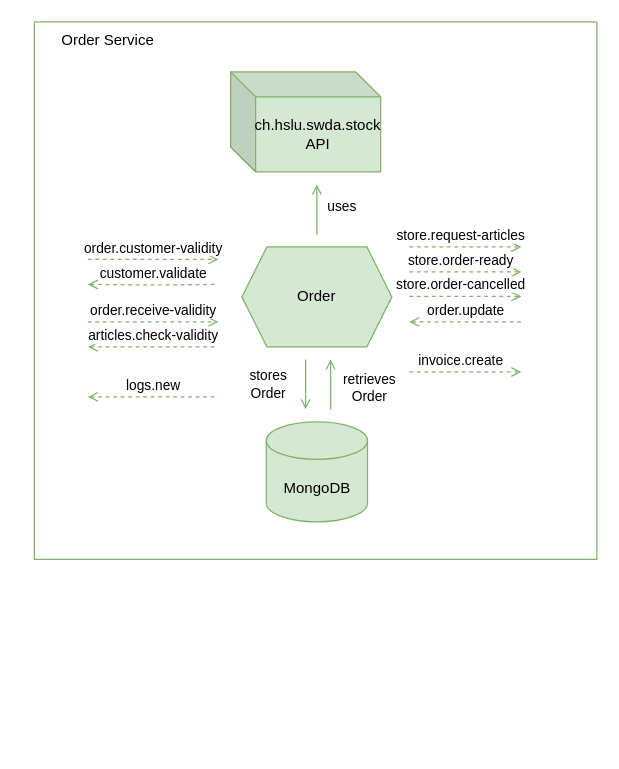
Above: documentation/src/diagrams/C4/Layer2/OrderService.drawio in joel-muller/hslu-swda (draw.io), before the change. Source tidied: cells renumbered, new cells numbered last; positions are measured from the earlier drawing's top-left corner, leaving out a move shared by most shapes. Both pictures are drawn from the tidied source at 125%, with x=0, y=0 at pixel (34, 21).
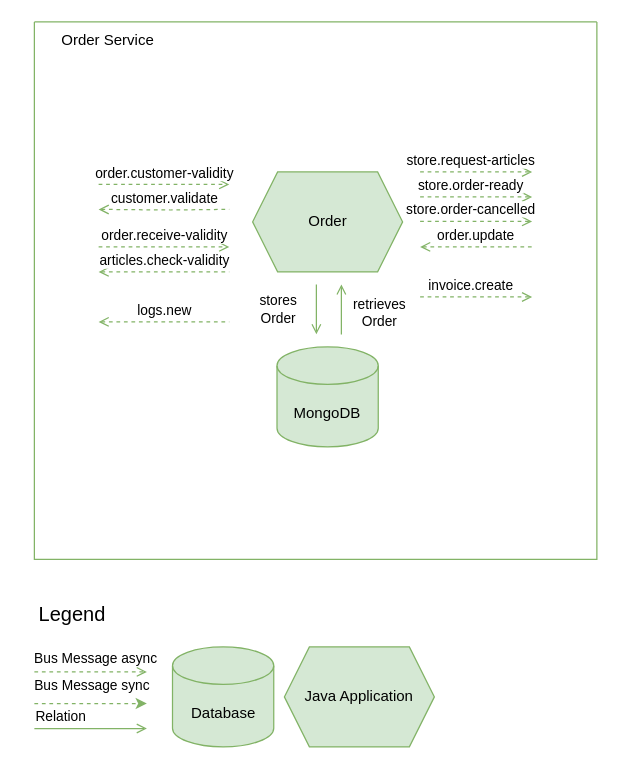
After the change.

Commit message (it also covers changes not shown here):
Add missing legend to the microserivces

Unchanged cells that the change refers to:
```xml
<mxCell id="2" style="swimlane;startSize=0;fillColor=#d5e8d4;strokeColor=#82b366;" parent="1" vertex="1">
  <mxGeometry width="450" height="430" as="geometry" />
</mxCell>
```

The edit, as a diff of the source:
```diff
@@
     <mxCell id="3" value="Order" style="shape=hexagon;perimeter=hexagonPerimeter2;whiteSpace=wrap;html=1;fixedSize=1;fillColor=#d5e8d4;strokeColor=#82b366;" parent="2" vertex="1">
-      <mxGeometry x="166" y="180" width="120" height="80" as="geometry" />
+      <mxGeometry x="174.6" y="120" width="120" height="80" as="geometry" />
     </mxCell>
     <mxCell id="4" style="rounded=0;orthogonalLoop=1;jettySize=auto;html=1;dashed=1;endArrow=open;endFill=0;fillColor=#d5e8d4;strokeColor=#82b366;entryX=0;entryY=0.5;entryDx=0;entryDy=0;" parent="2" edge="1">
       <mxGeometry relative="1" as="geometry">
-        <mxPoint x="42.8" y="190" as="sourcePoint" />
-        <mxPoint x="147.2" y="190" as="targetPoint" />
+        <mxPoint x="51.4" y="130" as="sourcePoint" />
+        <mxPoint x="155.9" y="130" as="targetPoint" />
       </mxGeometry>
     </mxCell>
@@
     <mxCell id="6" style="rounded=0;orthogonalLoop=1;jettySize=auto;html=1;dashed=1;endArrow=open;endFill=0;fillColor=#d5e8d4;strokeColor=#82b366;exitX=1;exitY=0.25;exitDx=0;exitDy=0;" parent="2" edge="1">
       <mxGeometry relative="1" as="geometry">
-        <mxPoint x="300" y="180" as="sourcePoint" />
-        <mxPoint x="389.6" y="180.1" as="targetPoint" />
+        <mxPoint x="308.6" y="120" as="sourcePoint" />
+        <mxPoint x="398.2" y="120.1" as="targetPoint" />
       </mxGeometry>
     </mxCell>
@@
     <mxCell id="8" value="MongoDB" style="shape=cylinder3;whiteSpace=wrap;html=1;boundedLbl=1;backgroundOutline=1;size=15;fillColor=#d5e8d4;strokeColor=#82b366;" parent="2" vertex="1">
-      <mxGeometry x="185.5" y="320" width="81" height="80" as="geometry" />
+      <mxGeometry x="194.1" y="260" width="81" height="80" as="geometry" />
     </mxCell>
     <mxCell id="9" style="endArrow=open;html=1;rounded=0;fillColor=#d5e8d4;strokeColor=#82b366;startArrow=none;startFill=0;endFill=0;" parent="2" edge="1">
       <mxGeometry relative="1" as="geometry">
-        <mxPoint x="217" y="270" as="sourcePoint" />
-        <mxPoint x="217" y="310" as="targetPoint" />
+        <mxPoint x="225.6" y="210" as="sourcePoint" />
+        <mxPoint x="225.6" y="250" as="targetPoint" />
       </mxGeometry>
     </mxCell>
@@
     <mxCell id="11" style="endArrow=none;html=1;rounded=0;fillColor=#d5e8d4;strokeColor=#82b366;startArrow=open;startFill=0;endFill=0;" parent="2" edge="1">
       <mxGeometry relative="1" as="geometry">
-        <mxPoint x="237" y="270" as="sourcePoint" />
-        <mxPoint x="237" y="310" as="targetPoint" />
+        <mxPoint x="245.6" y="210" as="sourcePoint" />
+        <mxPoint x="245.6" y="250" as="targetPoint" />
       </mxGeometry>
     </mxCell>
@@
-    <mxCell id="13" value="ch.hslu.swda.stock API" style="shape=cube;whiteSpace=wrap;html=1;boundedLbl=1;backgroundOutline=1;darkOpacity=0.05;darkOpacity2=0.1;fillColor=#d5e8d4;strokeColor=#82b366;" parent="2" vertex="1">
-      <mxGeometry x="157" y="40" width="120" height="80" as="geometry" />
-    </mxCell>
-    <mxCell id="14" style="endArrow=open;html=1;rounded=0;fillColor=#d5e8d4;strokeColor=#82b366;endFill=0;" parent="2" edge="1">
-      <mxGeometry relative="1" as="geometry">
-        <mxPoint x="226" y="170" as="sourcePoint" />
-        <mxPoint x="226" y="130" as="targetPoint" />
-      </mxGeometry>
-    </mxCell>
-    <mxCell id="15" value="uses" style="edgeLabel;html=1;align=center;verticalAlign=middle;" parent="14" vertex="1">
-      <mxGeometry x="-0.25" relative="1" as="geometry">
-        <mxPoint x="19" y="-8" as="offset" />
-      </mxGeometry>
-    </mxCell>
@@
     <mxCell id="17" style="rounded=0;orthogonalLoop=1;jettySize=auto;html=1;dashed=1;endArrow=open;endFill=0;fillColor=#d5e8d4;strokeColor=#82b366;entryX=0;entryY=0.5;entryDx=0;entryDy=0;" parent="2" edge="1">
       <mxGeometry relative="1" as="geometry">
-        <mxPoint x="42.8" y="240" as="sourcePoint" />
-        <mxPoint x="147.2" y="240" as="targetPoint" />
+        <mxPoint x="51.4" y="180" as="sourcePoint" />
+        <mxPoint x="155.9" y="180" as="targetPoint" />
       </mxGeometry>
     </mxCell>
@@
     <mxCell id="19" style="rounded=0;orthogonalLoop=1;jettySize=auto;html=1;dashed=1;endArrow=none;endFill=0;fillColor=#d5e8d4;strokeColor=#82b366;entryX=0;entryY=0.5;entryDx=0;entryDy=0;startArrow=open;startFill=0;" parent="2" edge="1">
       <mxGeometry relative="1" as="geometry">
-        <mxPoint x="42.8" y="260" as="sourcePoint" />
-        <mxPoint x="147.2" y="260" as="targetPoint" />
+        <mxPoint x="51.4" y="200" as="sourcePoint" />
+        <mxPoint x="155.9" y="200" as="targetPoint" />
       </mxGeometry>
     </mxCell>
@@
     <mxCell id="21" style="rounded=0;orthogonalLoop=1;jettySize=auto;html=1;dashed=1;endArrow=none;endFill=0;fillColor=#d5e8d4;strokeColor=#82b366;entryX=0;entryY=0.5;entryDx=0;entryDy=0;startArrow=open;startFill=0;" parent="2" edge="1">
       <mxGeometry relative="1" as="geometry">
-        <mxPoint x="42.8" y="210" as="sourcePoint" />
-        <mxPoint x="147.2" y="210" as="targetPoint" />
+        <mxPoint x="51.4" y="150" as="sourcePoint" />
+        <mxPoint x="155.9" y="150" as="targetPoint" />
         <Array as="points">
-          <mxPoint x="100" y="210.5" />
+          <mxPoint x="108.6" y="150.5" />
         </Array>
       </mxGeometry>
     </mxCell>
@@
     <mxCell id="23" style="rounded=0;orthogonalLoop=1;jettySize=auto;html=1;dashed=1;endArrow=none;endFill=0;fillColor=#d5e8d4;strokeColor=#82b366;entryX=0;entryY=0.5;entryDx=0;entryDy=0;startArrow=open;startFill=0;" parent="2" edge="1">
       <mxGeometry relative="1" as="geometry">
-        <mxPoint x="42.8" y="300" as="sourcePoint" />
-        <mxPoint x="147.2" y="300" as="targetPoint" />
+        <mxPoint x="51.4" y="240" as="sourcePoint" />
+        <mxPoint x="155.9" y="240" as="targetPoint" />
       </mxGeometry>
     </mxCell>
@@
     <mxCell id="25" style="rounded=0;orthogonalLoop=1;jettySize=auto;html=1;dashed=1;endArrow=none;endFill=0;fillColor=#d5e8d4;strokeColor=#82b366;startArrow=open;startFill=0;" parent="2" edge="1">
       <mxGeometry relative="1" as="geometry">
-        <mxPoint x="300" y="240" as="sourcePoint" />
-        <mxPoint x="390" y="240" as="targetPoint" />
+        <mxPoint x="308.6" y="180" as="sourcePoint" />
+        <mxPoint x="398.6" y="180" as="targetPoint" />
       </mxGeometry>
     </mxCell>
@@
     <mxCell id="27" style="rounded=0;orthogonalLoop=1;jettySize=auto;html=1;dashed=1;endArrow=open;endFill=0;fillColor=#d5e8d4;strokeColor=#82b366;exitX=1;exitY=0.25;exitDx=0;exitDy=0;" parent="2" edge="1">
       <mxGeometry relative="1" as="geometry">
-        <mxPoint x="300" y="200" as="sourcePoint" />
-        <mxPoint x="389.6" y="200.1" as="targetPoint" />
+        <mxPoint x="308.6" y="140" as="sourcePoint" />
+        <mxPoint x="398.2" y="140.1" as="targetPoint" />
       </mxGeometry>
     </mxCell>
@@
     <mxCell id="29" style="rounded=0;orthogonalLoop=1;jettySize=auto;html=1;dashed=1;endArrow=open;endFill=0;fillColor=#d5e8d4;strokeColor=#82b366;exitX=1;exitY=0.25;exitDx=0;exitDy=0;" parent="2" edge="1">
       <mxGeometry relative="1" as="geometry">
-        <mxPoint x="300" y="219.5" as="sourcePoint" />
-        <mxPoint x="389.6" y="219.6" as="targetPoint" />
+        <mxPoint x="308.6" y="159.5" as="sourcePoint" />
+        <mxPoint x="398.2" y="159.6" as="targetPoint" />
       </mxGeometry>
     </mxCell>
@@
     <mxCell id="31" style="rounded=0;orthogonalLoop=1;jettySize=auto;html=1;dashed=1;endArrow=open;endFill=0;fillColor=#d5e8d4;strokeColor=#82b366;exitX=1;exitY=0.25;exitDx=0;exitDy=0;" parent="2" edge="1">
       <mxGeometry relative="1" as="geometry">
-        <mxPoint x="300" y="280" as="sourcePoint" />
-        <mxPoint x="389.6" y="280.1" as="targetPoint" />
+        <mxPoint x="308.6" y="220" as="sourcePoint" />
+        <mxPoint x="398.2" y="220.1" as="targetPoint" />
       </mxGeometry>
     </mxCell>
@@
+    <mxCell id="33" value="Database" style="shape=cylinder3;whiteSpace=wrap;html=1;boundedLbl=1;backgroundOutline=1;size=15;fillColor=#d5e8d4;strokeColor=#82b366;" parent="1" vertex="1">
+      <mxGeometry x="110.5" y="500" width="81" height="80" as="geometry" />
+    </mxCell>
+    <mxCell id="34" value="Java Application" style="shape=hexagon;perimeter=hexagonPerimeter2;whiteSpace=wrap;html=1;fixedSize=1;fillColor=#d5e8d4;strokeColor=#82b366;" parent="1" vertex="1">
+      <mxGeometry x="200" y="500" width="120" height="80" as="geometry" />
+    </mxCell>
+    <mxCell id="35" value="Legend" style="text;html=1;align=center;verticalAlign=middle;strokeColor=none;fillColor=none;fontSize=16;" parent="1" vertex="1">
+      <mxGeometry x="-10" y="459" width="80" height="30" as="geometry" />
+    </mxCell>
+    <mxCell id="36" style="rounded=0;orthogonalLoop=1;jettySize=auto;html=1;dashed=1;endArrow=open;endFill=0;fillColor=#d5e8d4;strokeColor=#82b366;exitX=1;exitY=0.25;exitDx=0;exitDy=0;" parent="1" edge="1">
+      <mxGeometry relative="1" as="geometry">
+        <mxPoint y="520" as="sourcePoint" />
+        <mxPoint x="90" y="520" as="targetPoint" />
+      </mxGeometry>
+    </mxCell>
+    <mxCell id="37" value="Bus Message async" style="edgeLabel;html=1;align=center;verticalAlign=middle;" parent="36" vertex="1">
+      <mxGeometry x="0.07" y="1" relative="1" as="geometry">
+        <mxPoint y="-11" as="offset" />
+      </mxGeometry>
+    </mxCell>
+    <mxCell id="38" style="endArrow=none;html=1;rounded=0;fillColor=#d5e8d4;strokeColor=#82b366;startArrow=open;startFill=0;endFill=0;" parent="1" edge="1">
+      <mxGeometry relative="1" as="geometry">
+        <mxPoint x="90" y="565.3" as="sourcePoint" />
+        <mxPoint y="565.3" as="targetPoint" />
+      </mxGeometry>
+    </mxCell>
+    <mxCell id="39" value="Relation" style="edgeLabel;html=1;align=center;verticalAlign=middle;" parent="38" vertex="1">
+      <mxGeometry x="0.08" y="-2" relative="1" as="geometry">
+        <mxPoint x="-21" y="-8" as="offset" />
+      </mxGeometry>
+    </mxCell>
+    <mxCell id="40" style="rounded=0;orthogonalLoop=1;jettySize=auto;html=1;dashed=1;endArrow=classic;endFill=1;fillColor=#d5e8d4;strokeColor=#82b366;exitX=1;exitY=0.25;exitDx=0;exitDy=0;" parent="1" edge="1">
+      <mxGeometry relative="1" as="geometry">
+        <mxPoint y="545.3" as="sourcePoint" />
+        <mxPoint x="90" y="545.3" as="targetPoint" />
+      </mxGeometry>
+    </mxCell>
+    <mxCell id="41" value="Bus Message sync" style="edgeLabel;html=1;align=center;verticalAlign=middle;" parent="40" vertex="1">
+      <mxGeometry x="0.07" y="1" relative="1" as="geometry">
+        <mxPoint x="-3" y="-14" as="offset" />
+      </mxGeometry>
+    </mxCell>
```
